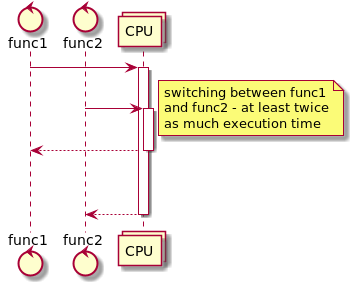
Earlier version of the PlantUML export images/process_par.png (andgineer/sorokin.engineer).
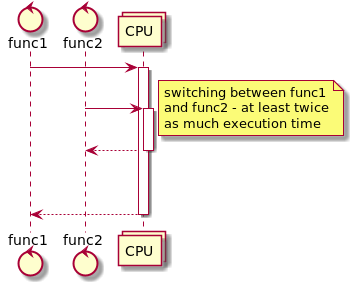
Above is the later version.

Commit message:
error in second diagramm

What changed in the source:
```diff
@@ -8,10 +8,10 @@
 func2 -> CPU
 note right: switching between func1 \nand func2 - at least twice \nas much execution time
 activate CPU
-CPU --> func1
+CPU --> func2
 deactivate CPU
 |||
 |||
-CPU --> func2
+CPU --> func1
 deactivate CPU
 @enduml
```
